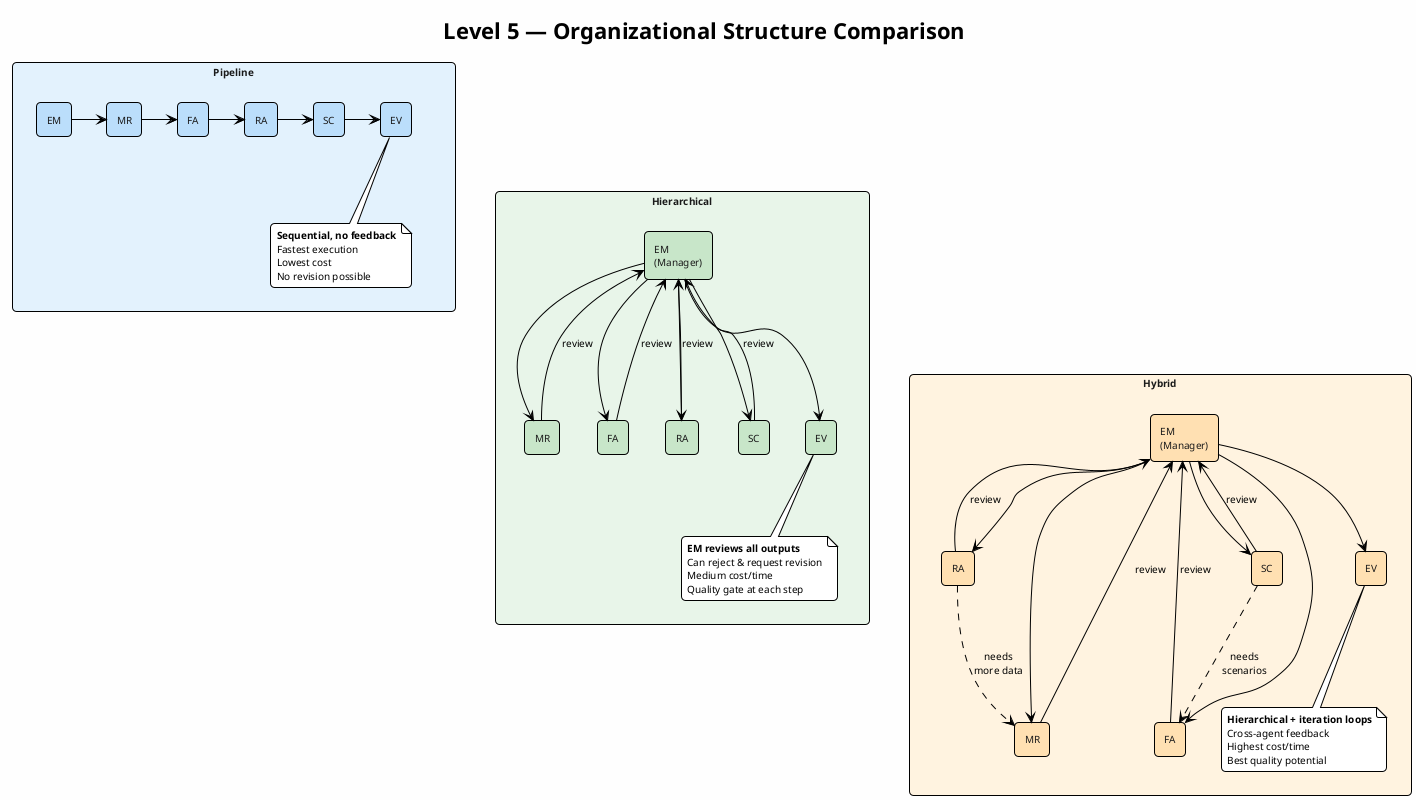
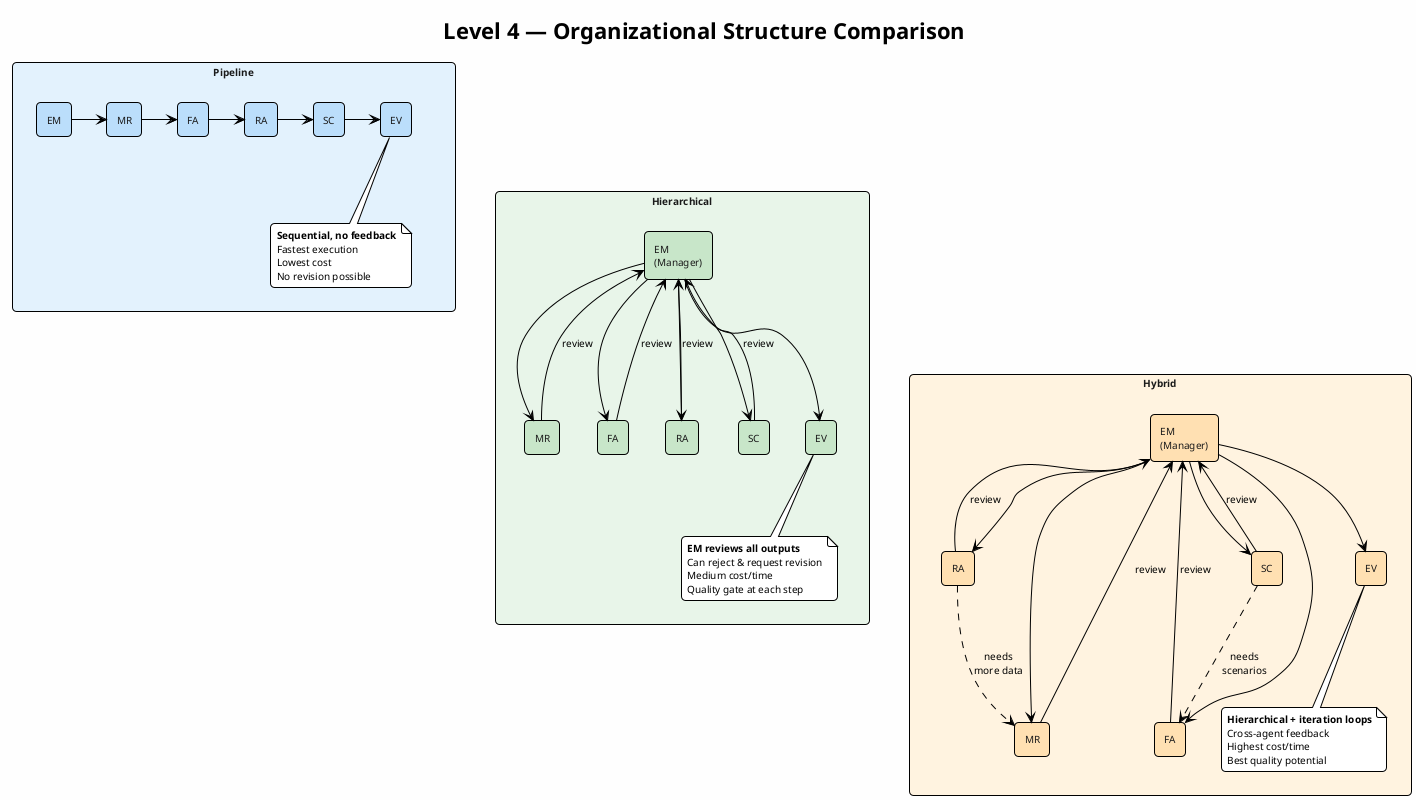
@startuml org_structure_comparison
!theme plain
skinparam backgroundColor #FEFEFE
skinparam defaultFontName "Segoe UI"
skinparam defaultFontSize 10
skinparam shadowing false
skinparam roundCorner 8

- title **Level 5 — Organizational Structure Comparison**
+ title **Level 4 — Organizational Structure Comparison**

skinparam rectangle {
  FontColor #1A1A1A
}

rectangle "**Pipeline**" as pipe #E3F2FD {
  rectangle "EM" as p1 #BBDEFB
  rectangle "MR" as p2 #BBDEFB
  rectangle "FA" as p3 #BBDEFB
  rectangle "RA" as p4 #BBDEFB
  rectangle "SC" as p5 #BBDEFB
  rectangle "EV" as p6 #BBDEFB

  p1 -right-> p2
  p2 -right-> p3
  p3 -right-> p4
  p4 -right-> p5
  p5 -right-> p6

  note bottom
    **Sequential, no feedback**
    Fastest execution
    Lowest cost
    No revision possible
  end note
}

rectangle "**Hierarchical**" as hier #E8F5E9 {
  rectangle "EM\n(Manager)" as h1 #C8E6C9
  rectangle "MR" as h2 #C8E6C9
  rectangle "FA" as h3 #C8E6C9
  rectangle "RA" as h4 #C8E6C9
  rectangle "SC" as h5 #C8E6C9
  rectangle "EV" as h6 #C8E6C9

  h1 -down-> h2
  h1 -down-> h3
  h1 -down-> h4
  h2 -up-> h1 : review
  h3 -up-> h1 : review
  h4 -up-> h1 : review
  h1 -down-> h5
  h5 -up-> h1 : review
  h1 -down-> h6

  note bottom
    **EM reviews all outputs**
    Can reject & request revision
    Medium cost/time
    Quality gate at each step
  end note
}

rectangle "**Hybrid**" as hyb #FFF3E0 {
  rectangle "EM\n(Manager)" as y1 #FFE0B2
  rectangle "MR" as y2 #FFE0B2
  rectangle "FA" as y3 #FFE0B2
  rectangle "RA" as y4 #FFE0B2
  rectangle "SC" as y5 #FFE0B2
  rectangle "EV" as y6 #FFE0B2

  y1 -down-> y2
  y1 -down-> y3
  y1 -down-> y4
  y2 -up-> y1 : review
  y3 -up-> y1 : review
  y4 -up-> y1 : review
  y1 -down-> y5
  y5 -up-> y1 : review
  y1 -down-> y6
  y4 ..> y2 : "needs\nmore data"
  y5 ..> y3 : "needs\nscenarios"

  note bottom
    **Hierarchical + iteration loops**
    Cross-agent feedback
    Highest cost/time
    Best quality potential
  end note
}

pipe -[hidden]down- hier
hier -[hidden]down- hyb

@enduml
